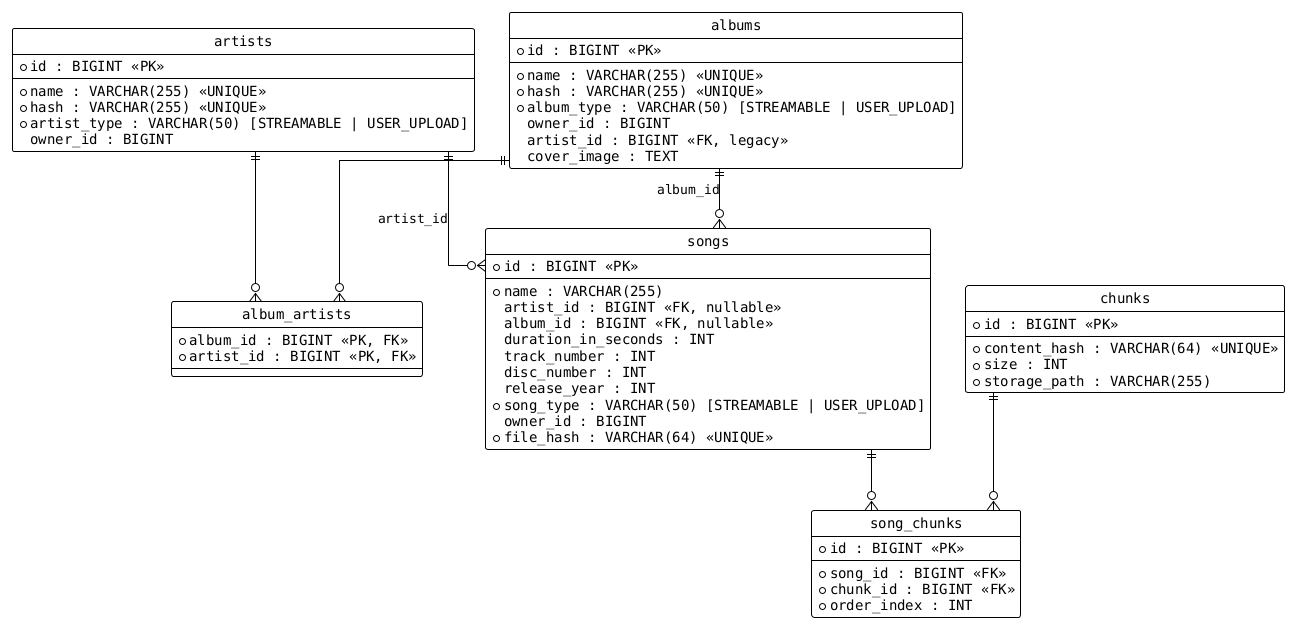
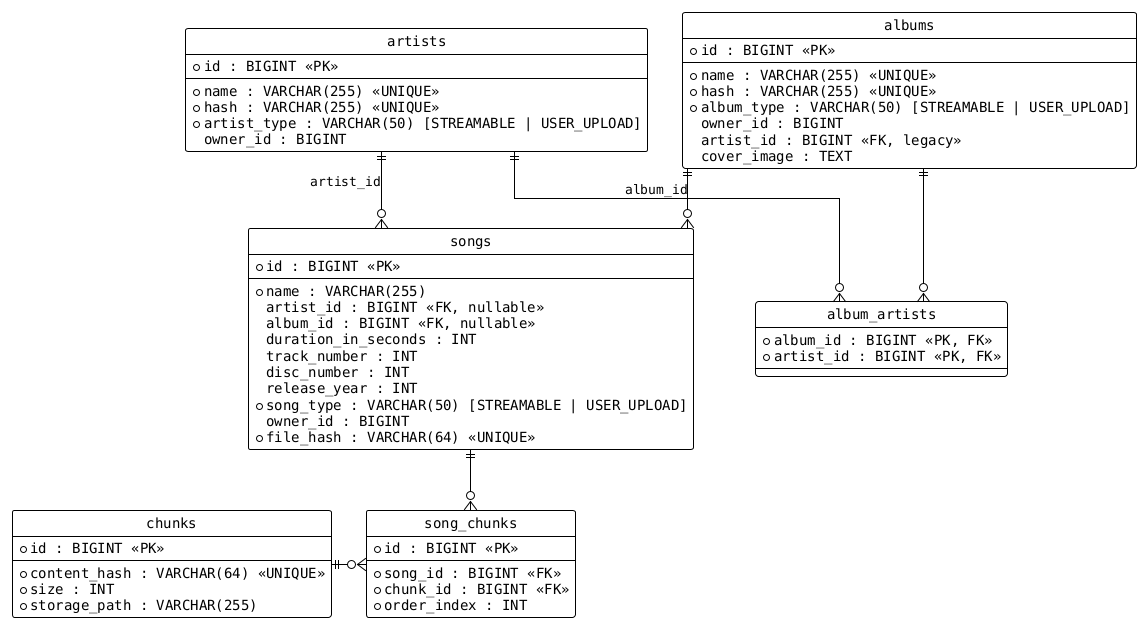
@startuml db_schema_media
!theme plain
hide circle
skinparam linetype ortho
skinparam defaultFontName monospaced

entity "artists" as artists {
  * id : BIGINT <<PK>>
  --
  * name : VARCHAR(255) <<UNIQUE>>
  * hash : VARCHAR(255) <<UNIQUE>>
  * artist_type : VARCHAR(50) [STREAMABLE | USER_UPLOAD]
  owner_id : BIGINT
}

entity "albums" as albums {
  * id : BIGINT <<PK>>
  --
  * name : VARCHAR(255) <<UNIQUE>>
  * hash : VARCHAR(255) <<UNIQUE>>
  * album_type : VARCHAR(50) [STREAMABLE | USER_UPLOAD]
  owner_id : BIGINT
  artist_id : BIGINT <<FK, legacy>>
  cover_image : TEXT
}

entity "album_artists" as album_artists {
  * album_id : BIGINT <<PK, FK>>
  * artist_id : BIGINT <<PK, FK>>
}

entity "songs" as songs {
  * id : BIGINT <<PK>>
  --
  * name : VARCHAR(255)
  artist_id : BIGINT <<FK, nullable>>
  album_id : BIGINT <<FK, nullable>>
  duration_in_seconds : INT
  track_number : INT
  disc_number : INT
  release_year : INT
  * song_type : VARCHAR(50) [STREAMABLE | USER_UPLOAD]
  owner_id : BIGINT
  * file_hash : VARCHAR(64) <<UNIQUE>>
}

entity "song_chunks" as song_chunks {
  * id : BIGINT <<PK>>
  --
  * song_id : BIGINT <<FK>>
  * chunk_id : BIGINT <<FK>>
  * order_index : INT
}

entity "chunks" as chunks {
  * id : BIGINT <<PK>>
  --
  * content_hash : VARCHAR(64) <<UNIQUE>>
  * size : INT
  * storage_path : VARCHAR(255)
}

artists ||--o{ album_artists
albums  ||--o{ album_artists

artists ||--o{ songs : "artist_id"
albums  ||--o{ songs : "album_id"

songs  ||--o{ song_chunks
- chunks ||--o{ song_chunks
+ chunks ||-right-o{ song_chunks

@enduml
